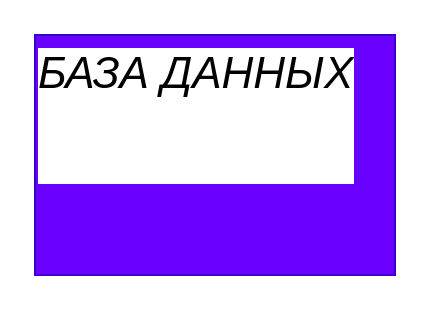
Above: page "таски" (3 of 4) of мебкух.drawio in User-cyber-new/mebkuch (draw.io), before the change. Source tidied: cells renumbered, new cells numbered last; positions are measured from the earlier drawing's top-left corner, leaving out a move shared by most shapes. Both pictures are drawn from the tidied source at 200%, with x=0, y=0 at pixel (34, 34).
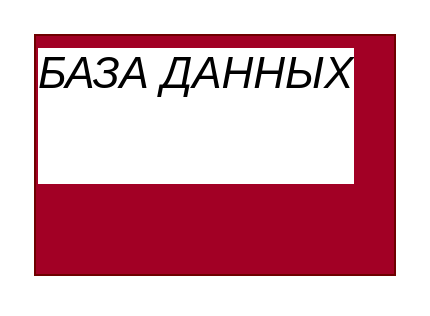
Above is the later version.

Diff of the diagram source:
```diff
@@
 <mxGraphModel>
   <root>
     <mxCell id="0" />
     <mxCell id="1" parent="0" />
-    <mxCell id="2" value="&lt;h1 style=&quot;margin-top: 0px;&quot;&gt;&lt;span style=&quot;color: light-dark(rgb(0, 0, 0), rgb(255, 255, 255)); font-weight: normal;&quot;&gt;&lt;i style=&quot;&quot;&gt;БАЗА ДАННЫХ&lt;br&gt;&lt;/i&gt;&lt;/span&gt;&lt;br&gt;&lt;/h1&gt;" style="text;html=1;whiteSpace=wrap;overflow=hidden;rounded=0;fontFamily=Helvetica;fontSize=11;labelBackgroundColor=default;fillColor=#6a00ff;fontColor=#ffffff;strokeColor=#3700CC;" parent="1" vertex="1">
+    <mxCell id="2" value="&lt;h1 style=&quot;margin-top: 0px;&quot;&gt;&lt;span style=&quot;color: light-dark(rgb(0, 0, 0), rgb(255, 255, 255)); font-weight: normal;&quot;&gt;&lt;i style=&quot;&quot;&gt;БАЗА ДАННЫХ&lt;br&gt;&lt;/i&gt;&lt;/span&gt;&lt;br&gt;&lt;/h1&gt;" style="text;html=1;whiteSpace=wrap;overflow=hidden;rounded=0;fontFamily=Helvetica;fontSize=11;labelBackgroundColor=default;fillColor=#a20025;fontColor=#ffffff;strokeColor=#6F0000;" parent="1" vertex="1">
       <mxGeometry width="180" height="120" as="geometry" />
     </mxCell>
   </root>
 </mxGraphModel>
```
